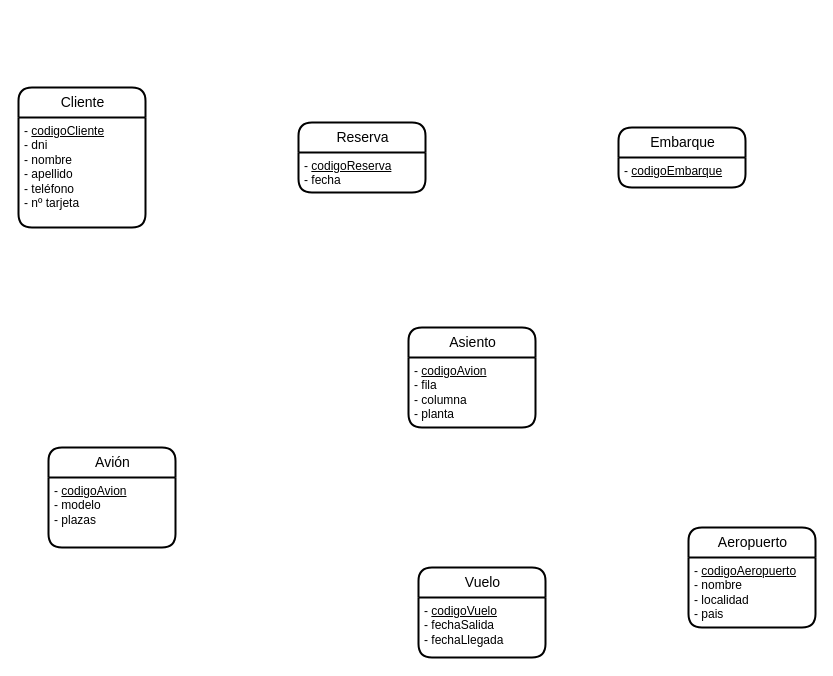
JuanMarinG/TA12_MYSQL keeps this draw.io diagram as ex8.drawio. Above is the earlier version. Source tidied: cells renumbered, new cells numbered last; positions are measured from the earlier drawing's top-left corner, leaving out a move shared by most shapes. Both pictures are drawn from the tidied source at 100%, with x=0, y=0 at pixel (18, 87).
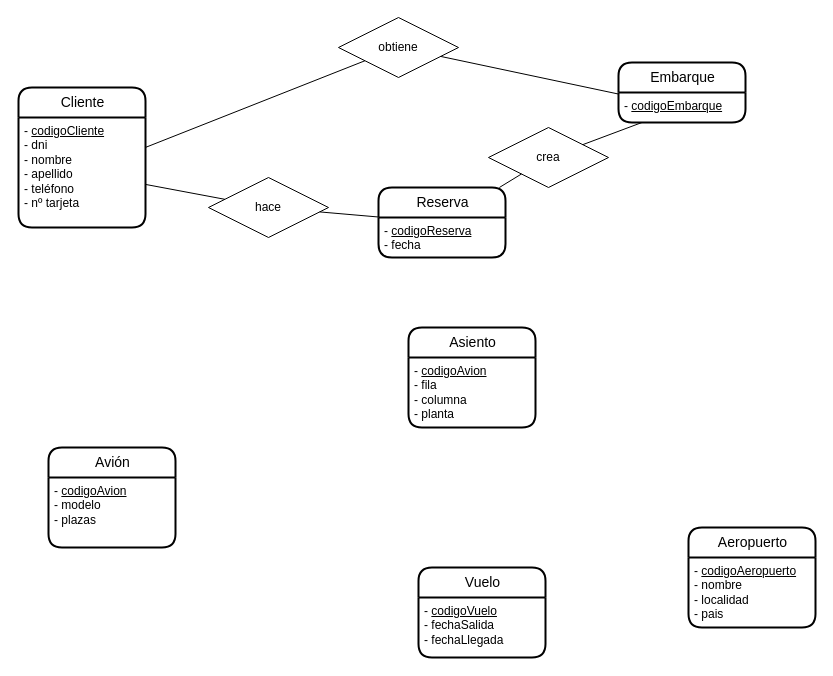
After the change.

Unchanged cells that the change refers to:
```xml
<mxCell id="3" value="&lt;div&gt;- &lt;u&gt;codigoCliente&lt;/u&gt;&lt;/div&gt;&lt;div&gt;- dni&lt;/div&gt;&lt;div&gt;- nombre&lt;/div&gt;&lt;div&gt;- apellido&lt;/div&gt;&lt;div&gt;- teléfono&lt;/div&gt;&lt;div&gt;- nº tarjeta&lt;/div&gt;" style="align=left;strokeColor=none;fillColor=none;spacingLeft=4;fontSize=12;verticalAlign=top;html=1;" parent="2" vertex="1">
  <mxGeometry y="30" width="127" height="110" as="geometry" />
</mxCell>
<mxCell id="5" value="&lt;div&gt;- &lt;u&gt;codigoEmbarque&lt;/u&gt;&lt;/div&gt;" style="align=left;strokeColor=none;fillColor=none;spacingLeft=4;fontSize=12;verticalAlign=top;html=1;" parent="4" vertex="1">
  <mxGeometry y="30" width="127" height="30" as="geometry" />
</mxCell>
```

The edit, as a diff of the source:
```diff
@@
     <mxCell id="4" value="Embarque" style="swimlane;horizontal=1;startSize=30;rounded=1;fontSize=14;fontStyle=0;strokeWidth=2;shadow=0;dashed=0;align=center;html=1;" parent="1" vertex="1">
-      <mxGeometry x="600" y="40" width="127" height="60" as="geometry" />
+      <mxGeometry x="600" y="-25" width="127" height="60" as="geometry" />
     </mxCell>
@@
     <mxCell id="6" value="Reserva" style="swimlane;horizontal=1;startSize=30;rounded=1;fontSize=14;fontStyle=0;strokeWidth=2;shadow=0;dashed=0;align=center;html=1;" parent="1" vertex="1">
-      <mxGeometry x="280" y="35" width="127" height="70" as="geometry" />
+      <mxGeometry x="360" y="100" width="127" height="70" as="geometry" />
     </mxCell>
@@
+    <mxCell id="16" value="obtiene" style="shape=rhombus;perimeter=rhombusPerimeter;whiteSpace=wrap;html=1;align=center;" parent="1" vertex="1">
+      <mxGeometry x="320" y="-70" width="120" height="60" as="geometry" />
+    </mxCell>
+    <mxCell id="17" value="hace" style="shape=rhombus;perimeter=rhombusPerimeter;whiteSpace=wrap;html=1;align=center;" parent="1" vertex="1">
+      <mxGeometry x="190" y="90" width="120" height="60" as="geometry" />
+    </mxCell>
+    <mxCell id="18" value="crea" style="shape=rhombus;perimeter=rhombusPerimeter;whiteSpace=wrap;html=1;align=center;" parent="1" vertex="1">
+      <mxGeometry x="470" y="40" width="120" height="60" as="geometry" />
+    </mxCell>
+    <mxCell id="19" style="endArrow=none;html=1;rounded=0;" parent="1" edge="1" source="3" target="17">
+      <mxGeometry relative="1" as="geometry" />
+    </mxCell>
+    <mxCell id="20" style="endArrow=none;html=1;rounded=0;" parent="1" edge="1" source="17" target="6">
+      <mxGeometry relative="1" as="geometry" />
+    </mxCell>
+    <mxCell id="21" style="endArrow=none;html=1;rounded=0;" parent="1" edge="1" source="6" target="18">
+      <mxGeometry relative="1" as="geometry" />
+    </mxCell>
+    <mxCell id="22" style="endArrow=none;html=1;rounded=0;" parent="1" edge="1" source="18" target="5">
+      <mxGeometry relative="1" as="geometry" />
+    </mxCell>
+    <mxCell id="23" style="endArrow=none;html=1;rounded=0;" parent="1" edge="1" source="3" target="16">
+      <mxGeometry relative="1" as="geometry" />
+    </mxCell>
+    <mxCell id="24" style="endArrow=none;html=1;rounded=0;" parent="1" edge="1" source="16" target="5">
+      <mxGeometry relative="1" as="geometry" />
+    </mxCell>
```
